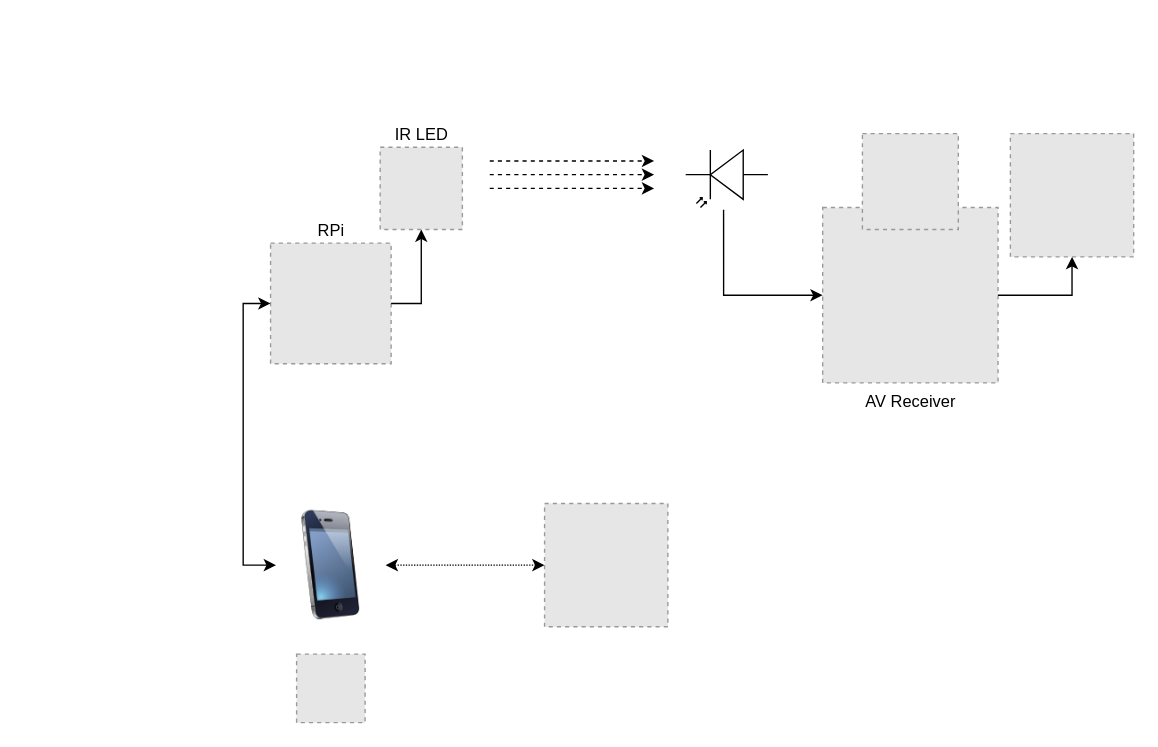
This is doc/denon_remote_diagram.drawio from arachnothrone/denon-remote, a draw.io file, before an edit. Source tidied: cells renumbered, new cells numbered last; positions are measured from the earlier drawing's top-left corner, leaving out a move shared by most shapes. Both pictures are drawn from the tidied source at 137%, with x=0, y=0 at pixel (242, 133). Pictures stored in the file or linked from it are replaced by grey dashed boxes.
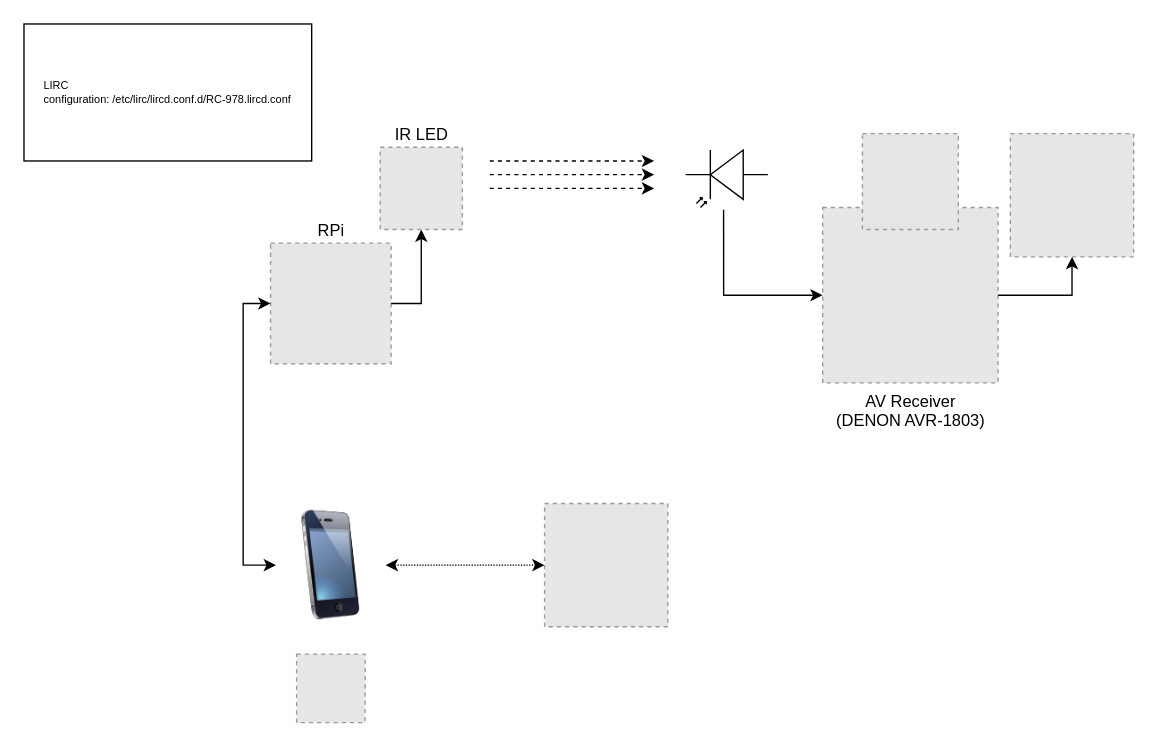
The same page after the edit.

Diff of the diagram source:
```diff
@@
-    <mxCell id="6" value="AV Receiver" style="fillColor=#E6E6E6;strokeColor=#999999;dashed=1;html=1;verticalAlign=top;verticalLabelPosition=bottom;labelBackgroundColor=#ffffff;" parent="1" vertex="1">
+    <mxCell id="6" value="AV Receiver &lt;br&gt;(DENON AVR-1803)" style="fillColor=#E6E6E6;strokeColor=#999999;dashed=1;html=1;verticalAlign=top;verticalLabelPosition=bottom;labelBackgroundColor=#ffffff;" parent="1" vertex="1">
       <mxGeometry x="423" y="54" width="128" height="128" as="geometry" />
     </mxCell>
@@
+    <mxCell id="19" value="&lt;div style=&quot;text-align: left ; font-size: 8px&quot;&gt;&lt;span&gt;&lt;font style=&quot;font-size: 8px&quot;&gt;LIRC&lt;/font&gt;&lt;/span&gt;&lt;/div&gt;&lt;div style=&quot;text-align: left ; font-size: 8px&quot;&gt;&lt;span&gt;&lt;font style=&quot;font-size: 8px&quot;&gt;configuration:&amp;nbsp;/etc/lirc/lircd.conf.d/RC-978.lircd.conf&lt;/font&gt;&lt;/span&gt;&lt;/div&gt;" style="rounded=0;whiteSpace=wrap;html=1;shadow=0;" parent="1" vertex="1">
+      <mxGeometry x="-160" y="-80" width="210" height="100" as="geometry" />
+    </mxCell>
```
